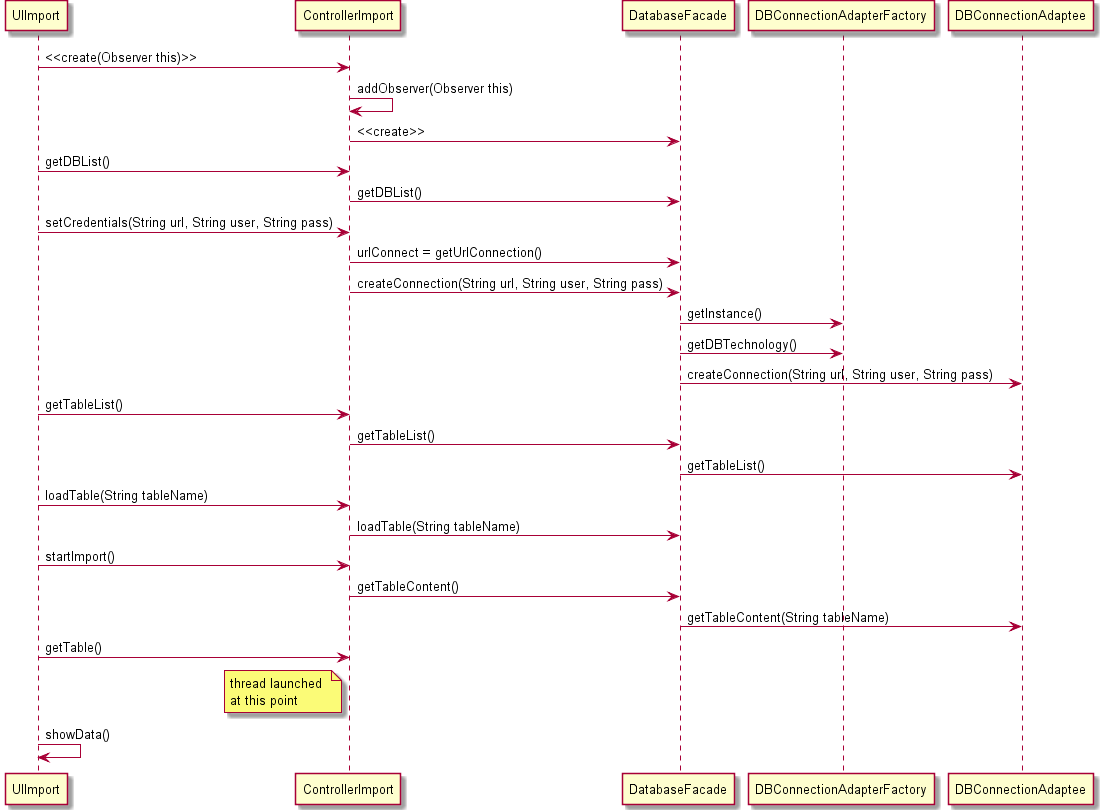
The PlantUML diagram docs/1111168/Diagrams/use_case_realization_DBimport.png in askpt/LAPR4, before a commit. The source it was exported from:
```plantuml
@startuml
UIImport -> ControllerImport:  <<create(Observer this)>>
ControllerImport -> ControllerImport: addObserver(Observer this)
ControllerImport -> DatabaseFacade: <<create>>
UIImport -> ControllerImport: getDBList()
ControllerImport -> DatabaseFacade: getDBList()
UIImport -> ControllerImport: setCredentials(String url, String user, String pass)
ControllerImport -> DatabaseFacade: urlConnect = getUrlConnection()
ControllerImport -> DatabaseFacade: createConnection(String url, String user, String pass)
DatabaseFacade -> DBConnectionAdapterFactory: getInstance()
DatabaseFacade -> DBConnectionAdapterFactory: getDBTechnology()
DatabaseFacade -> DBConnectionAdaptee: createConnection(String url, String user, String pass)
UIImport -> ControllerImport: getTableList()
ControllerImport -> DatabaseFacade: getTableList()
DatabaseFacade -> DBConnectionAdaptee: getTableList()
UIImport -> ControllerImport: loadTable(String tableName)
ControllerImport -> DatabaseFacade: loadTable(String tableName)
UIImport -> ControllerImport: startImport()
ControllerImport -> DatabaseFacade: getTableContent()
DatabaseFacade -> DBConnectionAdaptee: getTableContent(String tableName)
UIImport -> ControllerImport: getTable()
note left of ControllerImport
 thread launched
 at this point
end note
UIImport -> UIImport: showData()
@enduml
```
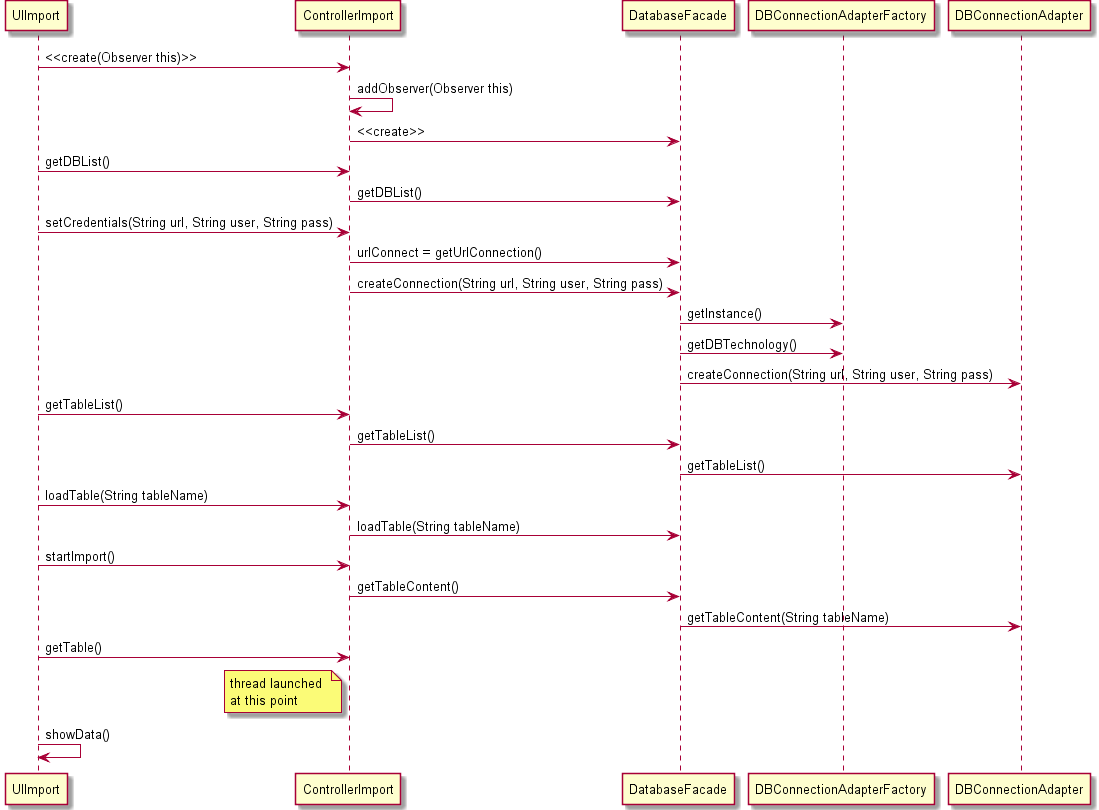
The same file after the commit.

Change to the diagram source:
```diff
@@ -9,15 +9,15 @@
 ControllerImport -> DatabaseFacade: createConnection(String url, String user, String pass)
 DatabaseFacade -> DBConnectionAdapterFactory: getInstance()
 DatabaseFacade -> DBConnectionAdapterFactory: getDBTechnology()
-DatabaseFacade -> DBConnectionAdaptee: createConnection(String url, String user, String pass)
+DatabaseFacade -> DBConnectionAdapter: createConnection(String url, String user, String pass)
 UIImport -> ControllerImport: getTableList()
 ControllerImport -> DatabaseFacade: getTableList()
-DatabaseFacade -> DBConnectionAdaptee: getTableList()
+DatabaseFacade -> DBConnectionAdapter: getTableList()
 UIImport -> ControllerImport: loadTable(String tableName)
 ControllerImport -> DatabaseFacade: loadTable(String tableName)
 UIImport -> ControllerImport: startImport()
 ControllerImport -> DatabaseFacade: getTableContent()
-DatabaseFacade -> DBConnectionAdaptee: getTableContent(String tableName)
+DatabaseFacade -> DBConnectionAdapter: getTableContent(String tableName)
 UIImport -> ControllerImport: getTable()
 note left of ControllerImport
  thread launched
```
